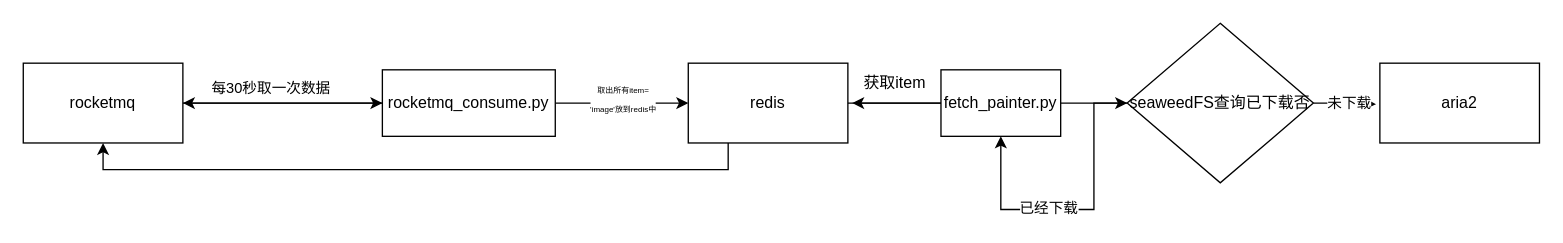
The draw.io diagram painter.drawio in MapleJourney/diagram, before the edit. Source tidied: cells renumbered, new cells numbered last; positions are measured from the earlier drawing's top-left corner, leaving out a move shared by most shapes. Both pictures are drawn from the tidied source at 133%, with x=0, y=0 at pixel (23, 23).
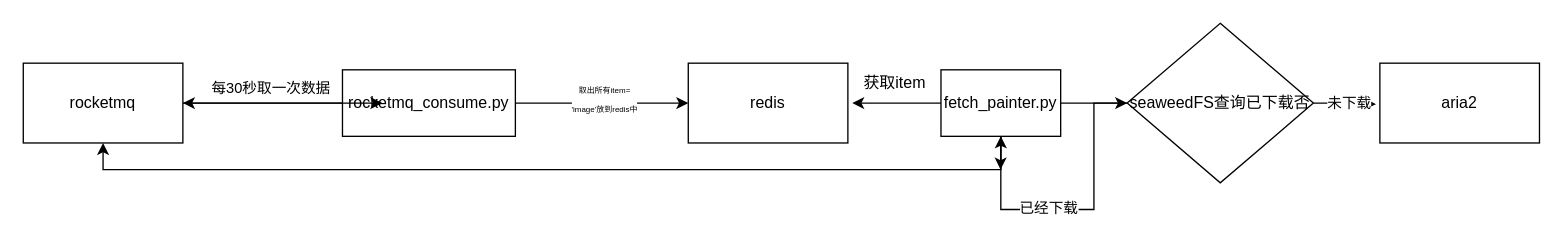
After the change.

The change refers to these unchanged cells:
```xml
<mxCell id="4" value="fetch_painter.py" style="rounded=0;whiteSpace=wrap;html=1;" parent="1" vertex="1">
  <mxGeometry x="690" y="35" width="90" height="50" as="geometry" />
</mxCell>
<mxCell id="10" value="rocketmq" style="rounded=0;whiteSpace=wrap;html=1;" parent="1" vertex="1">
  <mxGeometry y="30" width="120" height="60" as="geometry" />
</mxCell>
```

Diff of the diagram source:
```diff
@@
     <mxCell id="3" style="edgeStyle=orthogonalEdgeStyle;rounded=0;jettySize=auto;html=1;entryX=0.5;entryY=1;entryDx=0;entryDy=0;" parent="1" edge="1" source="4" target="10">
       <mxGeometry relative="1" as="geometry">
         <Array as="points">
-          <mxPoint x="530" y="60" />
-          <mxPoint x="530" y="110" />
+          <mxPoint x="735" y="110" />
           <mxPoint x="60" y="110" />
         </Array>
       </mxGeometry>
     </mxCell>
+    <mxCell id="21" style="edgeStyle=orthogonalEdgeStyle;rounded=0;jettySize=auto;html=1;exitX=0.5;exitY=1;exitDx=0;exitDy=0;" parent="1" edge="1" source="4">
+      <mxGeometry relative="1" as="geometry">
+        <mxPoint x="734.8" y="110" as="targetPoint" />
+      </mxGeometry>
+    </mxCell>
@@
     <mxCell id="8" value="rocketmq_consume.py" style="rounded=0;whiteSpace=wrap;html=1;" parent="1" vertex="1">
-      <mxGeometry x="270" y="35" width="130" height="50" as="geometry" />
+      <mxGeometry x="240" y="35" width="130" height="50" as="geometry" />
     </mxCell>
```
